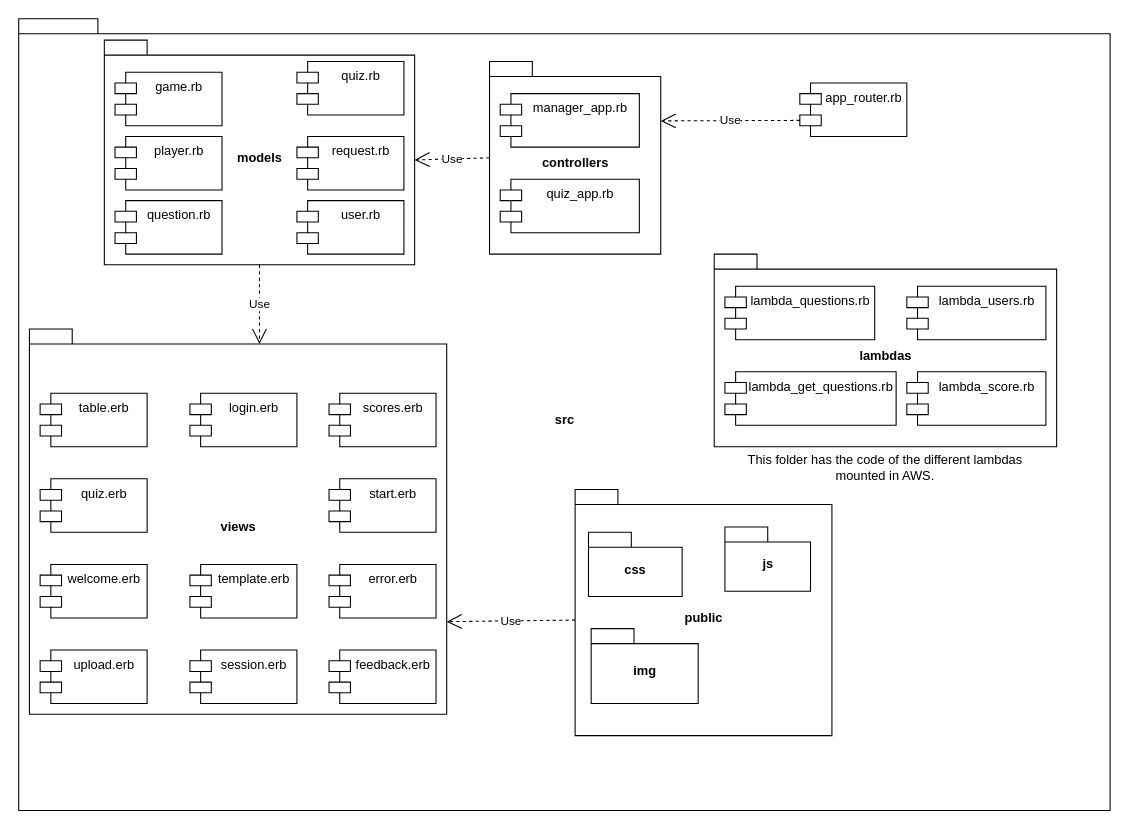
Before: img/development-view.drawio in FelipeOsornio/QuizApp, a draw.io diagram. Source tidied: cells renumbered, new cells numbered last; positions are measured from the earlier drawing's top-left corner, leaving out a move shared by most shapes. Both pictures are drawn from the tidied source at 107%, with x=0, y=0 at pixel (18, 18).
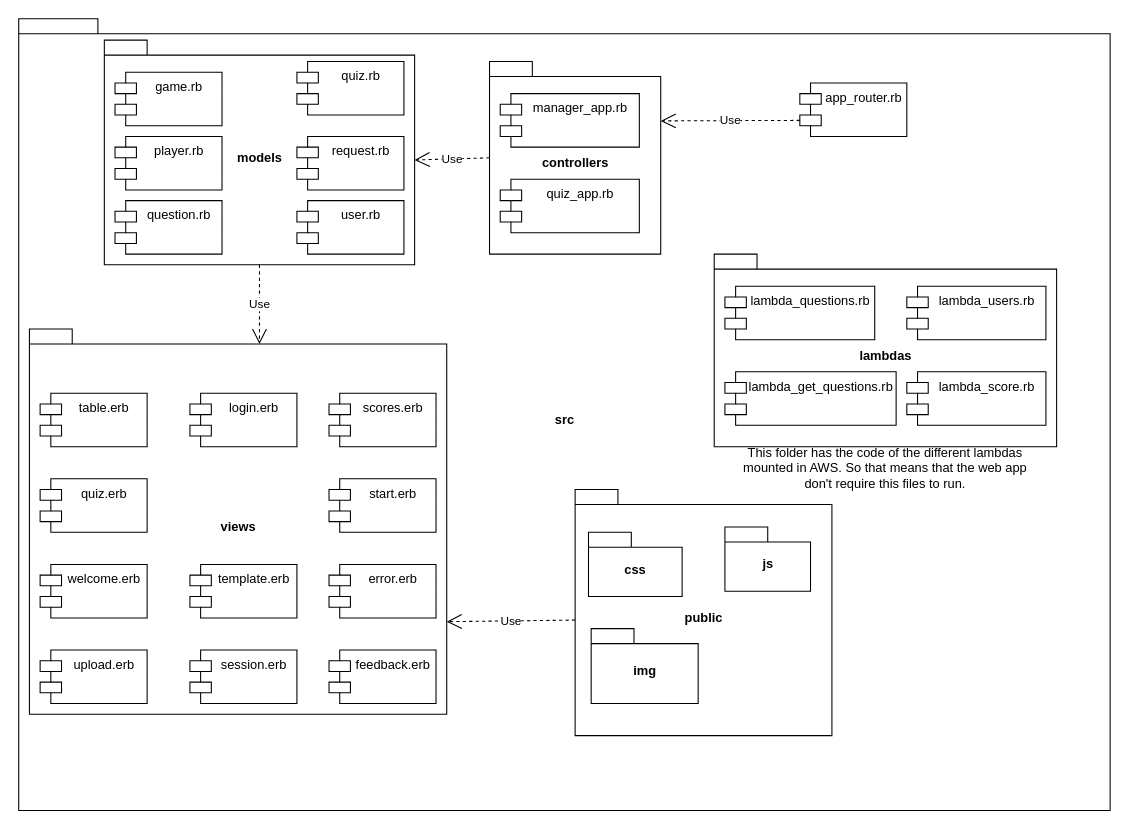
Above is the later version.

The edit, as a diff of the source:
```diff
@@
-    <mxCell id="38" value="This folder has the code of the different lambdas mounted in AWS." style="text;html=1;strokeColor=none;fillColor=none;align=center;verticalAlign=middle;whiteSpace=wrap;rounded=0;" parent="1" vertex="1">
+    <mxCell id="38" value="This folder has the code of the different lambdas mounted in AWS. So that means that the web app don't require this files to run." style="text;html=1;strokeColor=none;fillColor=none;align=center;verticalAlign=middle;whiteSpace=wrap;rounded=0;" parent="1" vertex="1">
       <mxGeometry x="670" y="410" width="280" height="20" as="geometry" />
     </mxCell>
```
